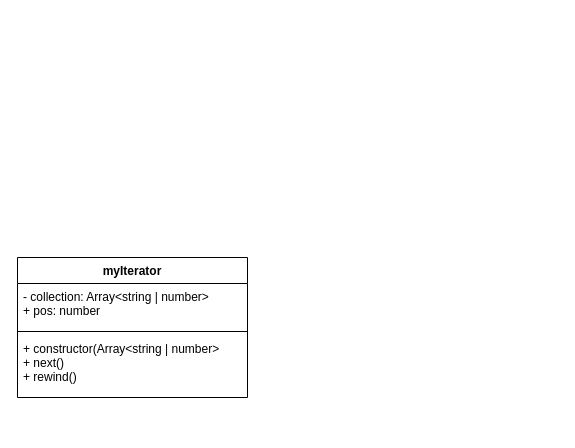
Before: Behavioral/Iterator/iterator.drawio in Kazantip94/Patern, a draw.io diagram. Source tidied: cells renumbered, new cells numbered last; positions are measured from the earlier drawing's top-left corner, leaving out a move shared by most shapes. Both pictures are drawn from the tidied source at 100%, with x=0, y=0 at pixel (17, 257).
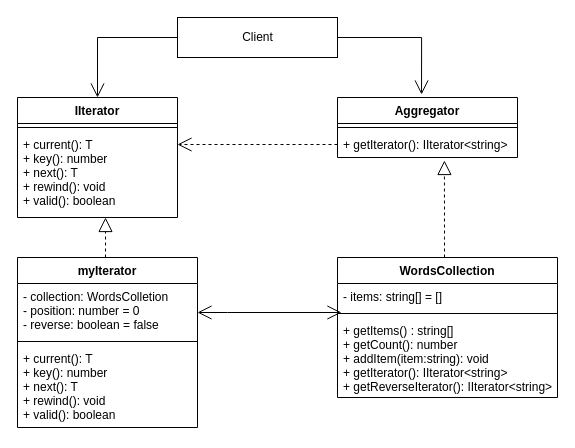
After the change.

Diff of the diagram source:
```diff
@@
+    <mxCell id="6" value="IIterator" style="swimlane;fontStyle=1;align=center;verticalAlign=top;horizontal=1;startSize=26;" parent="1" vertex="1">
+      <mxGeometry y="-160" width="160" height="120" as="geometry" />
+    </mxCell>
+    <mxCell id="7" style="line;strokeWidth=1;fillColor=none;align=left;verticalAlign=middle;spacingTop=-1;spacingLeft=3;spacingRight=3;labelPosition=right;" parent="6" vertex="1">
+      <mxGeometry y="26" width="160" height="8" as="geometry" />
+    </mxCell>
+    <mxCell id="8" value="+ current(): T&#10;+ key(): number&#10;+ next(): T&#10;+ rewind(): void&#10;+ valid(): boolean" style="text;strokeColor=none;fillColor=none;align=left;verticalAlign=top;spacingLeft=4;spacingRight=4;overflow=hidden;points=[[0,0.5],[1,0.5]];portConstraint=eastwest;" parent="6" vertex="1">
+      <mxGeometry y="34" width="160" height="86" as="geometry" />
+    </mxCell>
+    <mxCell id="9" style="edgeStyle=orthogonalEdgeStyle;rounded=0;jettySize=auto;html=1;entryX=0.467;entryY=-0.05;entryDx=0;entryDy=0;entryPerimeter=0;endArrow=open;endFill=0;endSize=12;" parent="1" edge="1" source="11" target="12">
+      <mxGeometry relative="1" as="geometry">
+        <Array as="points">
+          <mxPoint x="404" y="-220" />
+        </Array>
+      </mxGeometry>
+    </mxCell>
+    <mxCell id="10" style="edgeStyle=orthogonalEdgeStyle;rounded=0;jettySize=auto;html=1;entryX=0.5;entryY=0;entryDx=0;entryDy=0;endArrow=open;endFill=0;endSize=12;" parent="1" edge="1" source="11" target="6">
+      <mxGeometry relative="1" as="geometry">
+        <Array as="points">
+          <mxPoint x="80" y="-220" />
+        </Array>
+      </mxGeometry>
+    </mxCell>
+    <mxCell id="11" value="Client" style="html=1;" parent="1" vertex="1">
+      <mxGeometry x="160" y="-240" width="160" height="40" as="geometry" />
+    </mxCell>
+    <mxCell id="12" value="Aggregator" style="swimlane;fontStyle=1;align=center;verticalAlign=top;horizontal=1;startSize=26;" parent="1" vertex="1">
+      <mxGeometry x="320" y="-160" width="180" height="60" as="geometry" />
+    </mxCell>
+    <mxCell id="13" style="line;strokeWidth=1;fillColor=none;align=left;verticalAlign=middle;spacingTop=-1;spacingLeft=3;spacingRight=3;labelPosition=right;" parent="12" vertex="1">
+      <mxGeometry y="26" width="180" height="8" as="geometry" />
+    </mxCell>
+    <mxCell id="14" value="+ getIterator(): IIterator&lt;string&gt;" style="text;strokeColor=none;fillColor=none;align=left;verticalAlign=top;spacingLeft=4;spacingRight=4;overflow=hidden;points=[[0,0.5],[1,0.5]];portConstraint=eastwest;" parent="12" vertex="1">
+      <mxGeometry y="34" width="180" height="26" as="geometry" />
+    </mxCell>
+    <mxCell id="15" style="edgeStyle=orthogonalEdgeStyle;rounded=0;jettySize=auto;html=1;entryX=0.55;entryY=1;entryDx=0;entryDy=0;entryPerimeter=0;dashed=1;endArrow=block;endFill=0;endSize=12;" parent="1" edge="1" source="2" target="8">
+      <mxGeometry relative="1" as="geometry">
+        <Array as="points">
+          <mxPoint x="88" />
+          <mxPoint x="88" />
+        </Array>
+      </mxGeometry>
+    </mxCell>
     <mxCell id="2" value="myIterator" style="swimlane;fontStyle=1;align=center;verticalAlign=top;horizontal=1;startSize=26;" parent="1" vertex="1">
-      <mxGeometry width="230" height="140" as="geometry" />
+      <mxGeometry width="180" height="170" as="geometry" />
     </mxCell>
-    <mxCell id="3" value="- collection: Array&lt;string | number&gt;&#10;+ pos: number" style="text;strokeColor=none;fillColor=none;align=left;verticalAlign=top;spacingLeft=4;spacingRight=4;overflow=hidden;" parent="2" vertex="1">
-      <mxGeometry y="26" width="230" height="44" as="geometry" />
-    </mxCell>
-    <mxCell id="4" style="line;strokeWidth=1;fillColor=none;align=left;verticalAlign=middle;spacingTop=-1;spacingLeft=3;spacingRight=3;labelPosition=right;" parent="2" vertex="1">
-      <mxGeometry y="70" width="230" height="8" as="geometry" />
-    </mxCell>
-    <mxCell id="5" value="+ constructor(Array&lt;string | number&gt;&#10;+ next()&#10;+ rewind()" style="text;strokeColor=none;fillColor=none;align=left;verticalAlign=top;spacingLeft=4;spacingRight=4;overflow=hidden;" parent="2" vertex="1">
-      <mxGeometry y="78" width="230" height="62" as="geometry" />
-    </mxCell>
+    <mxCell id="16" value="- collection: WordsColletion&#10;- position: number = 0&#10;- reverse: boolean = false" style="text;strokeColor=none;fillColor=none;align=left;verticalAlign=top;spacingLeft=4;spacingRight=4;overflow=hidden;points=[[0,0.5],[1,0.5]];portConstraint=eastwest;" parent="2" vertex="1">
+      <mxGeometry y="26" width="180" height="54" as="geometry" />
+    </mxCell>
+    <mxCell id="17" style="line;strokeWidth=1;fillColor=none;align=left;verticalAlign=middle;spacingTop=-1;spacingLeft=3;spacingRight=3;labelPosition=right;" parent="2" vertex="1">
+      <mxGeometry y="80" width="180" height="8" as="geometry" />
+    </mxCell>
+    <mxCell id="18" value="+ current(): T&#10;+ key(): number&#10;+ next(): T&#10;+ rewind(): void&#10;+ valid(): boolean" style="text;strokeColor=none;fillColor=none;align=left;verticalAlign=top;spacingLeft=4;spacingRight=4;overflow=hidden;" parent="2" vertex="1">
+      <mxGeometry y="88" width="180" height="82" as="geometry" />
+    </mxCell>
+    <mxCell id="19" style="edgeStyle=orthogonalEdgeStyle;rounded=0;jettySize=auto;html=1;entryX=0.594;entryY=1.115;entryDx=0;entryDy=0;dashed=1;endArrow=block;endFill=0;endSize=12;entryPerimeter=0;" parent="1" edge="1" source="20" target="14">
+      <mxGeometry relative="1" as="geometry">
+        <Array as="points">
+          <mxPoint x="427" y="-20" />
+          <mxPoint x="427" y="-20" />
+        </Array>
+      </mxGeometry>
+    </mxCell>
+    <mxCell id="20" value="WordsCollection" style="swimlane;fontStyle=1;align=center;verticalAlign=top;horizontal=1;startSize=26;" parent="1" vertex="1">
+      <mxGeometry x="320" width="220" height="140" as="geometry" />
+    </mxCell>
+    <mxCell id="21" value="- items: string[] = []" style="text;strokeColor=none;fillColor=none;align=left;verticalAlign=top;spacingLeft=4;spacingRight=4;overflow=hidden;" parent="20" vertex="1">
+      <mxGeometry y="26" width="220" height="26" as="geometry" />
+    </mxCell>
+    <mxCell id="22" style="line;strokeWidth=1;fillColor=none;align=left;verticalAlign=middle;spacingTop=-1;spacingLeft=3;spacingRight=3;labelPosition=right;points=[];portConstraint=eastwest;" parent="20" vertex="1">
+      <mxGeometry y="52" width="220" height="8" as="geometry" />
+    </mxCell>
+    <mxCell id="23" value="+ getItems() : string[]&#10;+ getCount(): number&#10;+ addItem(item:string): void&#10;+ getIterator(): IIterator&lt;string&gt;&#10;+ getReverseIterator(): IIterator&lt;string&gt;" style="text;strokeColor=none;fillColor=none;align=left;verticalAlign=top;spacingLeft=4;spacingRight=4;overflow=hidden;" parent="20" vertex="1">
+      <mxGeometry y="60" width="220" height="80" as="geometry" />
+    </mxCell>
+    <mxCell id="24" style="edgeStyle=orthogonalEdgeStyle;rounded=0;jettySize=auto;html=1;endArrow=open;endFill=0;endSize=12;dashed=1;" parent="1" edge="1" source="14" target="8">
+      <mxGeometry relative="1" as="geometry">
+        <Array as="points">
+          <mxPoint x="200" y="-113" />
+          <mxPoint x="200" y="-113" />
+        </Array>
+      </mxGeometry>
+    </mxCell>
+    <mxCell id="25" style="edgeStyle=orthogonalEdgeStyle;rounded=0;jettySize=auto;html=1;endArrow=open;endFill=0;endSize=12;entryX=0.018;entryY=0.375;entryDx=0;entryDy=0;entryPerimeter=0;startArrow=open;startFill=0;startSize=12;" parent="1" edge="1" source="16" target="22">
+      <mxGeometry relative="1" as="geometry">
+        <Array as="points">
+          <mxPoint x="210" y="55" />
+          <mxPoint x="210" y="55" />
+        </Array>
+      </mxGeometry>
+    </mxCell>
```
